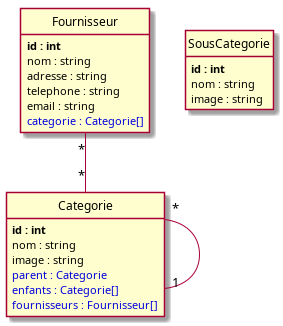
GayaPogh/VillageGreen keeps this PlantUML diagram as puml/index.png. Above is the earlier version. Its source is kept beside it as puml/index.puml.
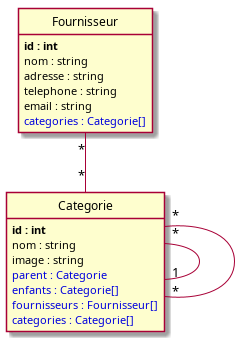
The same file after the commit.

What changed in the source:
```diff
@@ -5,13 +5,7 @@
 	adresse : string
 	telephone : string
 	email : string
-	<color:#0000dd>categorie : Categorie[]</color>
-}
-
-class SousCategorie {
-	**id : int**
-	nom : string
-	image : string
+	<color:#0000dd>categories : Categorie[]</color>
 }
 
 class Categorie {
@@ -21,10 +15,12 @@
 	<color:#0000dd>parent : Categorie</color>
 	<color:#0000dd>enfants : Categorie[]</color>
 	<color:#0000dd>fournisseurs : Fournisseur[]</color>
+	<color:#0000dd>categories : Categorie[]</color>
 }
 
 Fournisseur "*"--"*" Categorie
 Categorie "*"--"1" Categorie
+Categorie "*"--"*" Categorie
 
 
 hide methods
```
